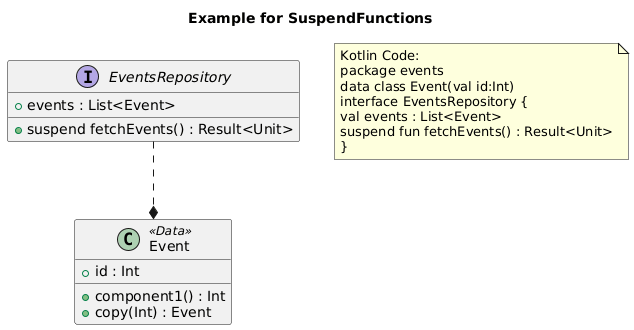
Tosaa/ksp-plantuml keeps this PlantUML diagram as doc/plantuml/SuspendFunctions.png. Above is the earlier version. The source it was exported from:
```plantuml
@startuml
title Example for SuspendFunctions
class "Event" as events_Event <<Data>>{
+ id : Int
+ component1() : Int
+ copy(Int) : Event
}
interface "EventsRepository" as events_EventsRepository {
+ events : List<Event>
+ suspend fetchEvents() : Result<Unit>
}
events_EventsRepository ..* events_Event
note as note_of_code
Kotlin Code:
package events
data class Event(val id:Int)
interface EventsRepository {
val events : List<Event>
suspend fun fetchEvents() : Result<Unit>
}
end note
@enduml
```
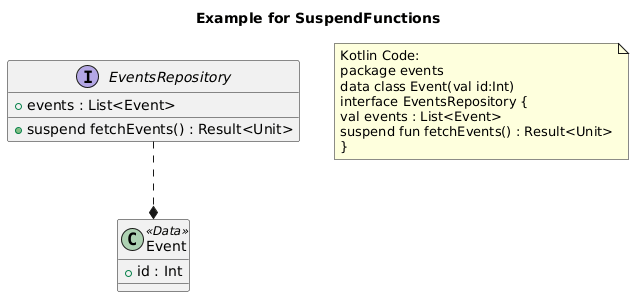
The same diagram one commit later.

What changed in the source:
```diff
@@ -2,8 +2,6 @@
 title Example for SuspendFunctions
 class "Event" as events_Event <<Data>>{
 + id : Int
-+ component1() : Int
-+ copy(Int) : Event
 }
 interface "EventsRepository" as events_EventsRepository {
 + events : List<Event>
```
